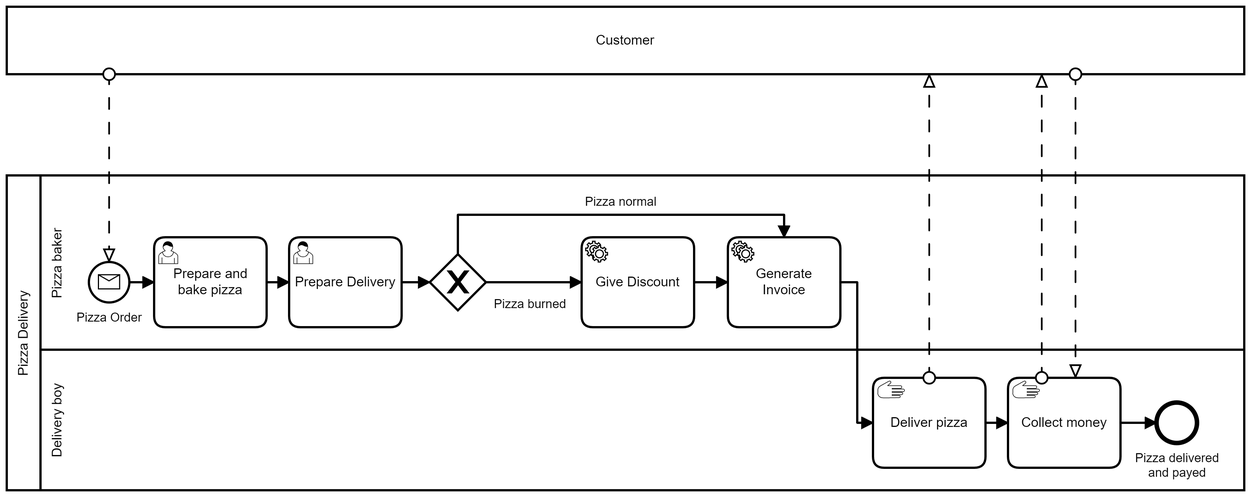
Before: BPMN_PNG/pizza-service.png, a diagram exported from BPMN (NovatecConsulting/camunda-voice-control). Its source is kept beside it as pizza-service/src/main/resources/BPMN/pizza-service.bpmn. Ids are renumbered. The source it was exported from:
```xml
<bpmn:definitions xmlns:bpmn="http://www.omg.org/spec/BPMN/20100524/MODEL" xmlns:bpmndi="http://www.omg.org/spec/BPMN/20100524/DI" xmlns:dc="http://www.omg.org/spec/DD/20100524/DC" xmlns:camunda="http://camunda.org/schema/1.0/bpmn" xmlns:xsi="http://www.w3.org/2001/XMLSchema-instance" xmlns:di="http://www.omg.org/spec/DD/20100524/DI" xmlns:modeler="http://camunda.org/schema/modeler/1.0" id="Definitions_n1" targetNamespace="http://bpmn.io/schema/bpmn" exporter="Camunda Modeler" exporterVersion="4.12.0" modeler:executionPlatform="Camunda Platform" modeler:executionPlatformVersion="7.15.0">
  <bpmn:collaboration id="pizza-service-collaboration">
    <bpmn:participant id="pizza-delivery" name="Pizza Delivery" processRef="pizza-service" />
    <bpmn:participant id="customer" name="Customer" />
    <bpmn:messageFlow id="Flow_n2" sourceRef="customer" targetRef="incoming-order" />
    <bpmn:messageFlow id="Flow_n3" sourceRef="Activity_n4" targetRef="customer" />
    <bpmn:messageFlow id="Flow_n5" sourceRef="Activity_n6" targetRef="customer" />
    <bpmn:messageFlow id="Flow_n7" sourceRef="customer" targetRef="Activity_n6" />
  </bpmn:collaboration>
  <bpmn:process id="pizza-service" name="Pizza Delivery Process" isExecutable="true">
    <bpmn:laneSet id="LaneSet_n8">
      <bpmn:lane id="Lane_n9" name="Pizza baker">
        <bpmn:flowNodeRef>incoming-order</bpmn:flowNodeRef>
        <bpmn:flowNodeRef>Activity_n10</bpmn:flowNodeRef>
        <bpmn:flowNodeRef>Activity_n11</bpmn:flowNodeRef>
        <bpmn:flowNodeRef>Gateway_n12</bpmn:flowNodeRef>
        <bpmn:flowNodeRef>Activity_n13</bpmn:flowNodeRef>
        <bpmn:flowNodeRef>Activity_n14</bpmn:flowNodeRef>
      </bpmn:lane>
      <bpmn:lane id="Lane_n15" name="Delivery boy">
        <bpmn:flowNodeRef>Activity_n4</bpmn:flowNodeRef>
        <bpmn:flowNodeRef>Activity_n6</bpmn:flowNodeRef>
        <bpmn:flowNodeRef>Event_n16</bpmn:flowNodeRef>
      </bpmn:lane>
    </bpmn:laneSet>
    <bpmn:sequenceFlow id="Flow_n17" sourceRef="Activity_n14" targetRef="Activity_n4" />
    <bpmn:startEvent id="incoming-order" name="Pizza Order" camunda:formKey="">
      <bpmn:extensionElements>
        <camunda:formData>
          <camunda:formField id="order" label="Order" type="string" />
        </camunda:formData>
      </bpmn:extensionElements>
      <bpmn:outgoing>Flow_n18</bpmn:outgoing>
      <bpmn:messageEventDefinition id="MessageEventDefinition_n19" messageRef="Message_n20" />
    </bpmn:startEvent>
    <bpmn:userTask id="Activity_n10" name="Prepare and bake pizza">
      <bpmn:documentation>Please prepare and bake ${order}.</bpmn:documentation>
      <bpmn:incoming>Flow_n18</bpmn:incoming>
      <bpmn:outgoing>Flow_n21</bpmn:outgoing>
    </bpmn:userTask>
    <bpmn:userTask id="Activity_n11" name="Prepare Delivery">
      <bpmn:documentation>Please put ${order} in the pizza box.</bpmn:documentation>
      <bpmn:extensionElements>
        <camunda:formData>
          <camunda:formField id="burned" label="Pizza burned?" type="boolean">
            <camunda:properties>
              <camunda:property id="Q1" value="Is the pizza burned?" />
            </camunda:properties>
          </camunda:formField>
        </camunda:formData>
      </bpmn:extensionElements>
      <bpmn:incoming>Flow_n21</bpmn:incoming>
      <bpmn:outgoing>Flow_n22</bpmn:outgoing>
    </bpmn:userTask>
    <bpmn:exclusiveGateway id="Gateway_n12">
      <bpmn:incoming>Flow_n22</bpmn:incoming>
      <bpmn:outgoing>Flow_n23</bpmn:outgoing>
      <bpmn:outgoing>Flow_n24</bpmn:outgoing>
    </bpmn:exclusiveGateway>
    <bpmn:serviceTask id="Activity_n13" name="Give Discount" camunda:delegateExpression="${discountDelegate}">
      <bpmn:incoming>Flow_n23</bpmn:incoming>
      <bpmn:outgoing>Flow_n25</bpmn:outgoing>
    </bpmn:serviceTask>
    <bpmn:serviceTask id="Activity_n14" name="Generate Invoice" camunda:delegateExpression="${generateInvoiceDelegate}">
      <bpmn:incoming>Flow_n25</bpmn:incoming>
      <bpmn:incoming>Flow_n24</bpmn:incoming>
      <bpmn:outgoing>Flow_n17</bpmn:outgoing>
    </bpmn:serviceTask>
    <bpmn:sequenceFlow id="Flow_n18" sourceRef="incoming-order" targetRef="Activity_n10" />
    <bpmn:sequenceFlow id="Flow_n21" sourceRef="Activity_n10" targetRef="Activity_n11" />
    <bpmn:sequenceFlow id="Flow_n22" sourceRef="Activity_n11" targetRef="Gateway_n12" />
    <bpmn:sequenceFlow id="Flow_n23" name="Pizza burned" sourceRef="Gateway_n12" targetRef="Activity_n13">
      <bpmn:conditionExpression xsi:type="bpmn:tFormalExpression">${burned}</bpmn:conditionExpression>
    </bpmn:sequenceFlow>
    <bpmn:sequenceFlow id="Flow_n24" name="Pizza normal" sourceRef="Gateway_n12" targetRef="Activity_n14">
      <bpmn:conditionExpression xsi:type="bpmn:tFormalExpression">${!burned}</bpmn:conditionExpression>
    </bpmn:sequenceFlow>
    <bpmn:sequenceFlow id="Flow_n25" sourceRef="Activity_n13" targetRef="Activity_n14" />
    <bpmn:sequenceFlow id="Flow_n26" sourceRef="Activity_n4" targetRef="Activity_n6" />
    <bpmn:sequenceFlow id="Flow_n27" sourceRef="Activity_n6" targetRef="Event_n16" />
    <bpmn:endEvent id="Event_n16" name="Pizza delivered and payed">
      <bpmn:incoming>Flow_n27</bpmn:incoming>
    </bpmn:endEvent>
    <bpmn:manualTask id="Activity_n4" name="Deliver pizza">
      <bpmn:incoming>Flow_n17</bpmn:incoming>
      <bpmn:outgoing>Flow_n26</bpmn:outgoing>
    </bpmn:manualTask>
    <bpmn:manualTask id="Activity_n6" name="Collect money">
      <bpmn:incoming>Flow_n26</bpmn:incoming>
      <bpmn:outgoing>Flow_n27</bpmn:outgoing>
    </bpmn:manualTask>
  </bpmn:process>
  <bpmn:message id="Message_n20" name="pizza-order-message" />
  <bpmndi:BPMNDiagram id="BPMNDiagram_1">
    <bpmndi:BPMNPlane id="BPMNPlane_1" bpmnElement="pizza-service-collaboration">
      <bpmndi:BPMNShape id="Participant_07vtufn_di" bpmnElement="pizza-delivery" isHorizontal="true">
        <dc:Bounds x="160" y="230" width="1100" height="280" />
      </bpmndi:BPMNShape>
      <bpmndi:BPMNShape id="Lane_n15_di" bpmnElement="Lane_n15" isHorizontal="true">
        <dc:Bounds x="190" y="385" width="1070" height="125" />
      </bpmndi:BPMNShape>
      <bpmndi:BPMNShape id="Lane_n9_di" bpmnElement="Lane_n9" isHorizontal="true">
        <dc:Bounds x="190" y="230" width="1070" height="155" />
      </bpmndi:BPMNShape>
      <bpmndi:BPMNEdge id="Flow_n27_di" bpmnElement="Flow_n27">
        <di:waypoint x="1150" y="450" />
        <di:waypoint x="1182" y="450" />
      </bpmndi:BPMNEdge>
      <bpmndi:BPMNEdge id="Flow_n26_di" bpmnElement="Flow_n26">
        <di:waypoint x="1030" y="450" />
        <di:waypoint x="1050" y="450" />
      </bpmndi:BPMNEdge>
      <bpmndi:BPMNEdge id="Flow_n25_di" bpmnElement="Flow_n25">
        <di:waypoint x="771" y="325" />
        <di:waypoint x="801" y="325" />
      </bpmndi:BPMNEdge>
      <bpmndi:BPMNEdge id="Flow_n24_di" bpmnElement="Flow_n24">
        <di:waypoint x="561" y="300" />
        <di:waypoint x="561" y="265" />
        <di:waypoint x="851" y="265" />
        <di:waypoint x="851" y="285" />
        <bpmndi:BPMNLabel>
          <dc:Bounds x="674" y="247" width="64" height="14" />
        </bpmndi:BPMNLabel>
      </bpmndi:BPMNEdge>
      <bpmndi:BPMNEdge id="Flow_n23_di" bpmnElement="Flow_n23">
        <di:waypoint x="586" y="325" />
        <di:waypoint x="671" y="325" />
        <bpmndi:BPMNLabel>
          <dc:Bounds x="593" y="338" width="65" height="14" />
        </bpmndi:BPMNLabel>
      </bpmndi:BPMNEdge>
      <bpmndi:BPMNEdge id="Flow_n22_di" bpmnElement="Flow_n22">
        <di:waypoint x="511" y="325" />
        <di:waypoint x="536" y="325" />
      </bpmndi:BPMNEdge>
      <bpmndi:BPMNEdge id="Flow_n21_di" bpmnElement="Flow_n21">
        <di:waypoint x="391" y="325" />
        <di:waypoint x="411" y="325" />
      </bpmndi:BPMNEdge>
      <bpmndi:BPMNEdge id="Flow_n18_di" bpmnElement="Flow_n18">
        <di:waypoint x="269" y="325" />
        <di:waypoint x="291" y="325" />
      </bpmndi:BPMNEdge>
      <bpmndi:BPMNEdge id="Flow_n17_di" bpmnElement="Flow_n17">
        <di:waypoint x="901" y="325" />
        <di:waypoint x="916" y="325" />
        <di:waypoint x="916" y="450" />
        <di:waypoint x="930" y="450" />
      </bpmndi:BPMNEdge>
      <bpmndi:BPMNShape id="Event_1geha4b_di" bpmnElement="incoming-order">
        <dc:Bounds x="233" y="307" width="36" height="36" />
        <bpmndi:BPMNLabel>
          <dc:Bounds x="222" y="350" width="60" height="14" />
        </bpmndi:BPMNLabel>
      </bpmndi:BPMNShape>
      <bpmndi:BPMNShape id="Activity_1qexyqs_di" bpmnElement="Activity_n10">
        <dc:Bounds x="291" y="285" width="100" height="80" />
      </bpmndi:BPMNShape>
      <bpmndi:BPMNShape id="Activity_0hel5o6_di" bpmnElement="Activity_n11">
        <dc:Bounds x="411" y="285" width="100" height="80" />
      </bpmndi:BPMNShape>
      <bpmndi:BPMNShape id="Gateway_n12_di" bpmnElement="Gateway_n12" isMarkerVisible="true">
        <dc:Bounds x="536" y="300" width="50" height="50" />
      </bpmndi:BPMNShape>
      <bpmndi:BPMNShape id="Activity_0r6n9j4_di" bpmnElement="Activity_n13">
        <dc:Bounds x="671" y="285" width="100" height="80" />
      </bpmndi:BPMNShape>
      <bpmndi:BPMNShape id="Activity_0o2n4yv_di" bpmnElement="Activity_n14">
        <dc:Bounds x="801" y="285" width="100" height="80" />
      </bpmndi:BPMNShape>
      <bpmndi:BPMNShape id="Event_n16_di" bpmnElement="Event_n16">
        <dc:Bounds x="1182" y="432" width="36" height="36" />
        <bpmndi:BPMNLabel>
          <dc:Bounds x="1163" y="475" width="75" height="27" />
        </bpmndi:BPMNLabel>
      </bpmndi:BPMNShape>
      <bpmndi:BPMNShape id="Activity_0u8m23b_di" bpmnElement="Activity_n4">
        <dc:Bounds x="930" y="410" width="100" height="80" />
      </bpmndi:BPMNShape>
      <bpmndi:BPMNShape id="Activity_0vshfsk_di" bpmnElement="Activity_n6">
        <dc:Bounds x="1050" y="410" width="100" height="80" />
      </bpmndi:BPMNShape>
      <bpmndi:BPMNShape id="Participant_1jcdm2y_di" bpmnElement="customer" isHorizontal="true">
        <dc:Bounds x="160" y="80" width="1100" height="60" />
      </bpmndi:BPMNShape>
      <bpmndi:BPMNEdge id="Flow_n2_di" bpmnElement="Flow_n2">
        <di:waypoint x="251" y="140" />
        <di:waypoint x="251" y="307" />
      </bpmndi:BPMNEdge>
      <bpmndi:BPMNEdge id="Flow_n3_di" bpmnElement="Flow_n3">
        <di:waypoint x="980" y="410" />
        <di:waypoint x="980" y="140" />
      </bpmndi:BPMNEdge>
      <bpmndi:BPMNEdge id="Flow_n5_di" bpmnElement="Flow_n5">
        <di:waypoint x="1080" y="410" />
        <di:waypoint x="1080" y="140" />
      </bpmndi:BPMNEdge>
      <bpmndi:BPMNEdge id="Flow_n7_di" bpmnElement="Flow_n7">
        <di:waypoint x="1110" y="140" />
        <di:waypoint x="1110" y="410" />
      </bpmndi:BPMNEdge>
    </bpmndi:BPMNPlane>
  </bpmndi:BPMNDiagram>
</bpmn:definitions>
```
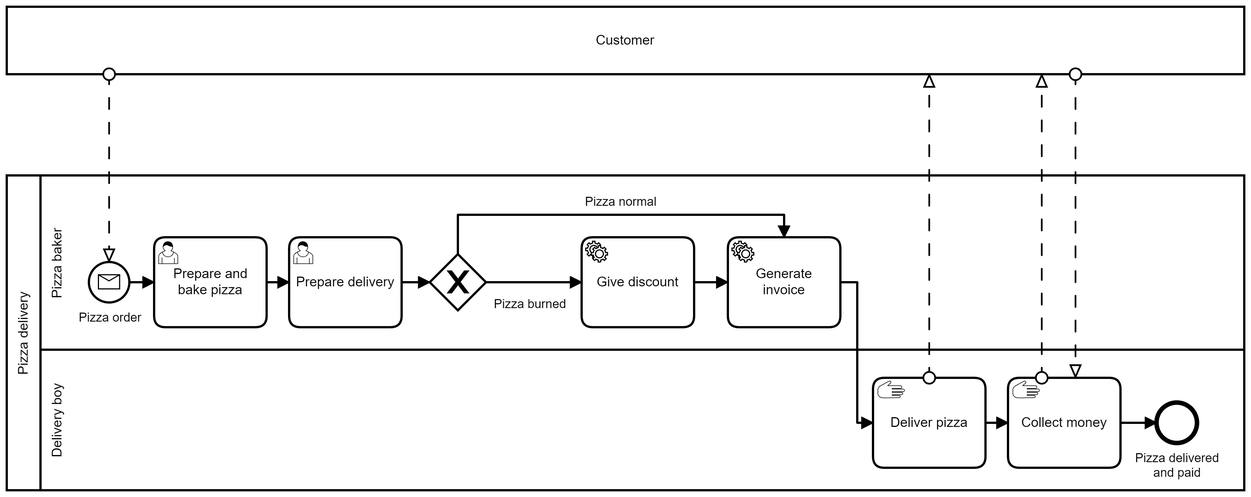
After the commit.

Diff of the diagram source:
```diff
@@ -1,6 +1,6 @@
 <bpmn:definitions xmlns:bpmn="http://www.omg.org/spec/BPMN/20100524/MODEL" xmlns:bpmndi="http://www.omg.org/spec/BPMN/20100524/DI" xmlns:dc="http://www.omg.org/spec/DD/20100524/DC" xmlns:camunda="http://camunda.org/schema/1.0/bpmn" xmlns:xsi="http://www.w3.org/2001/XMLSchema-instance" xmlns:di="http://www.omg.org/spec/DD/20100524/DI" xmlns:modeler="http://camunda.org/schema/modeler/1.0" id="Definitions_n1" targetNamespace="http://bpmn.io/schema/bpmn" exporter="Camunda Modeler" exporterVersion="4.12.0" modeler:executionPlatform="Camunda Platform" modeler:executionPlatformVersion="7.15.0">
   <bpmn:collaboration id="pizza-service-collaboration">
-    <bpmn:participant id="pizza-delivery" name="Pizza Delivery" processRef="pizza-service" />
+    <bpmn:participant id="pizza-delivery" name="Pizza delivery" processRef="pizza-service" />
     <bpmn:participant id="customer" name="Customer" />
     <bpmn:messageFlow id="Flow_n2" sourceRef="customer" targetRef="incoming-order" />
     <bpmn:messageFlow id="Flow_n3" sourceRef="Activity_n4" targetRef="customer" />
@@ -24,7 +24,7 @@
       </bpmn:lane>
     </bpmn:laneSet>
     <bpmn:sequenceFlow id="Flow_n17" sourceRef="Activity_n14" targetRef="Activity_n4" />
-    <bpmn:startEvent id="incoming-order" name="Pizza Order" camunda:formKey="">
+    <bpmn:startEvent id="incoming-order" name="Pizza order" camunda:formKey="">
       <bpmn:extensionElements>
         <camunda:formData>
           <camunda:formField id="order" label="Order" type="string" />
@@ -38,7 +38,7 @@
       <bpmn:incoming>Flow_n18</bpmn:incoming>
       <bpmn:outgoing>Flow_n21</bpmn:outgoing>
     </bpmn:userTask>
-    <bpmn:userTask id="Activity_n11" name="Prepare Delivery">
+    <bpmn:userTask id="Activity_n11" name="Prepare delivery">
       <bpmn:documentation>Please put ${order} in the pizza box.</bpmn:documentation>
       <bpmn:extensionElements>
         <camunda:formData>
@@ -57,11 +57,11 @@
       <bpmn:outgoing>Flow_n23</bpmn:outgoing>
       <bpmn:outgoing>Flow_n24</bpmn:outgoing>
     </bpmn:exclusiveGateway>
-    <bpmn:serviceTask id="Activity_n13" name="Give Discount" camunda:delegateExpression="${discountDelegate}">
+    <bpmn:serviceTask id="Activity_n13" name="Give discount" camunda:delegateExpression="${discountDelegate}">
       <bpmn:incoming>Flow_n23</bpmn:incoming>
       <bpmn:outgoing>Flow_n25</bpmn:outgoing>
     </bpmn:serviceTask>
-    <bpmn:serviceTask id="Activity_n14" name="Generate Invoice" camunda:delegateExpression="${generateInvoiceDelegate}">
+    <bpmn:serviceTask id="Activity_n14" name="Generate invoice" camunda:delegateExpression="${generateInvoiceDelegate}">
       <bpmn:incoming>Flow_n25</bpmn:incoming>
       <bpmn:incoming>Flow_n24</bpmn:incoming>
       <bpmn:outgoing>Flow_n17</bpmn:outgoing>
@@ -78,7 +78,7 @@
     <bpmn:sequenceFlow id="Flow_n25" sourceRef="Activity_n13" targetRef="Activity_n14" />
     <bpmn:sequenceFlow id="Flow_n26" sourceRef="Activity_n4" targetRef="Activity_n6" />
     <bpmn:sequenceFlow id="Flow_n27" sourceRef="Activity_n6" targetRef="Event_n16" />
-    <bpmn:endEvent id="Event_n16" name="Pizza delivered and payed">
+    <bpmn:endEvent id="Event_n16" name="Pizza delivered and paid">
       <bpmn:incoming>Flow_n27</bpmn:incoming>
     </bpmn:endEvent>
     <bpmn:manualTask id="Activity_n4" name="Deliver pizza">
@@ -151,7 +151,7 @@
       <bpmndi:BPMNShape id="Event_1geha4b_di" bpmnElement="incoming-order">
         <dc:Bounds x="233" y="307" width="36" height="36" />
         <bpmndi:BPMNLabel>
-          <dc:Bounds x="222" y="350" width="60" height="14" />
+          <dc:Bounds x="224" y="350" width="57" height="14" />
         </bpmndi:BPMNLabel>
       </bpmndi:BPMNShape>
       <bpmndi:BPMNShape id="Activity_1qexyqs_di" bpmnElement="Activity_n10">
```
